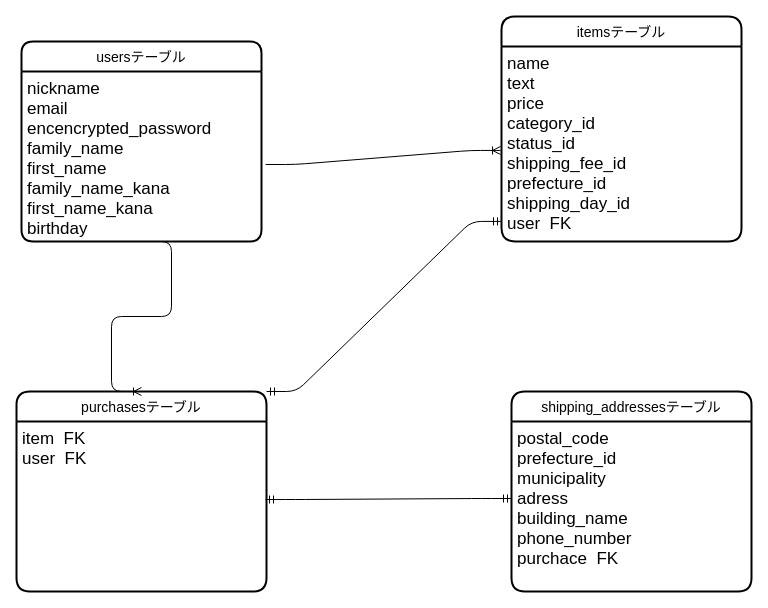
Earlier version of the draw.io diagram .dio (kakeru-takakusaki/furima-34512). Source tidied: cells renumbered, new cells numbered last; positions are measured from the earlier drawing's top-left corner, leaving out a move shared by most shapes. Both pictures are drawn from the tidied source at 100%, with x=0, y=0 at pixel (16, 16).
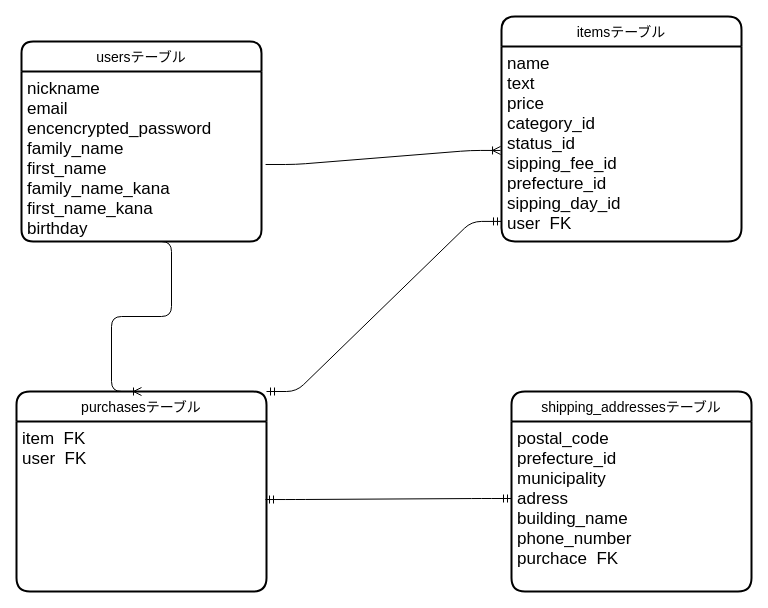
After the change.

Commit message:
ER図のスペル修正

The edit, as a diff of the source:
```diff
@@
 <mxGraphModel>
   <root>
     <mxCell id="0" />
     <mxCell id="1" parent="0" />
     <mxCell id="2" value="usersテーブル" style="swimlane;horizontal=1;startSize=30;rounded=1;fontSize=14;fontStyle=0;strokeWidth=2;shadow=0;dashed=0;align=center;arcSize=13;" parent="1" vertex="1">
       <mxGeometry x="5" y="25" width="240" height="200" as="geometry" />
     </mxCell>
     <mxCell id="3" value="nickname&#10;email&#10;encencrypted_password&#10;family_name&#10;first_name&#10;family_name_kana&#10;first_name_kana&#10;birthday" style="align=left;strokeColor=none;fillColor=none;spacingLeft=4;fontSize=17;verticalAlign=top;" parent="2" vertex="1">
       <mxGeometry y="30" width="240" height="170" as="geometry" />
     </mxCell>
     <mxCell id="4" value="itemsテーブル" style="swimlane;horizontal=1;startSize=30;rounded=1;fontSize=14;fontStyle=0;strokeWidth=2;shadow=0;dashed=0;align=center;" parent="1" vertex="1">
       <mxGeometry x="485" width="240" height="225" as="geometry" />
     </mxCell>
-    <mxCell id="5" value="name&#10;text&#10;price&#10;category_id&#10;status_id&#10;shipping_fee_id&#10;prefecture_id&#10;shipping_day_id&#10;user  FK" style="align=left;strokeColor=none;fillColor=none;spacingLeft=4;fontSize=17;verticalAlign=top;" parent="4" vertex="1">
+    <mxCell id="5" value="name&#10;text&#10;price&#10;category_id&#10;status_id&#10;sipping_fee_id&#10;prefecture_id&#10;sipping_day_id&#10;user  FK" style="align=left;strokeColor=none;fillColor=none;spacingLeft=4;fontSize=17;verticalAlign=top;" parent="4" vertex="1">
       <mxGeometry y="30" width="240" height="195" as="geometry" />
     </mxCell>
     <mxCell id="6" value="shipping_addressesテーブル" style="swimlane;horizontal=1;startSize=30;rounded=1;fontSize=14;fontStyle=0;strokeWidth=2;shadow=0;dashed=0;align=center;" parent="1" vertex="1">
       <mxGeometry x="495" y="375" width="240" height="200" as="geometry" />
     </mxCell>
     <mxCell id="7" value="postal_code&#10;prefecture_id&#10;municipality&#10;adress&#10;building_name&#10;phone_number&#10;purchace  FK" style="align=left;strokeColor=none;fillColor=none;spacingLeft=4;fontSize=17;verticalAlign=top;" parent="6" vertex="1">
       <mxGeometry y="30" width="240" height="170" as="geometry" />
     </mxCell>
     <mxCell id="8" value="purchasesテーブル" style="swimlane;horizontal=1;startSize=30;rounded=1;fontSize=14;fontStyle=0;strokeWidth=2;shadow=0;dashed=0;align=center;" parent="1" vertex="1">
       <mxGeometry y="375" width="250" height="200" as="geometry" />
     </mxCell>
     <mxCell id="9" value="item  FK&#10;user  FK" style="align=left;strokeColor=none;fillColor=none;spacingLeft=4;fontSize=17;verticalAlign=top;" parent="8" vertex="1">
       <mxGeometry y="30" width="250" height="170" as="geometry" />
     </mxCell>
     <mxCell id="10" style="edgeStyle=entityRelationEdgeStyle;fontSize=17;html=1;endArrow=ERoneToMany;exitX=1.017;exitY=0.547;exitDx=0;exitDy=0;exitPerimeter=0;entryX=-0.004;entryY=0.533;entryDx=0;entryDy=0;entryPerimeter=0;" parent="1" edge="1" source="3" target="5">
       <mxGeometry relative="1" as="geometry" />
     </mxCell>
     <mxCell id="11" style="edgeStyle=entityRelationEdgeStyle;fontSize=12;html=1;endArrow=ERoneToMany;exitX=0.5;exitY=1;exitDx=0;exitDy=0;entryX=0.5;entryY=0;entryDx=0;entryDy=0;" parent="1" edge="1" source="3" target="8">
       <mxGeometry relative="1" as="geometry" />
     </mxCell>
     <mxCell id="12" style="edgeStyle=entityRelationEdgeStyle;fontSize=12;html=1;endArrow=ERmandOne;startArrow=ERmandOne;exitX=1;exitY=0;exitDx=0;exitDy=0;entryX=0;entryY=0.897;entryDx=0;entryDy=0;entryPerimeter=0;" parent="1" edge="1" source="8" target="5">
       <mxGeometry relative="1" as="geometry" />
     </mxCell>
     <mxCell id="13" style="edgeStyle=entityRelationEdgeStyle;fontSize=12;html=1;endArrow=ERmandOne;startArrow=ERmandOne;exitX=0.996;exitY=0.459;exitDx=0;exitDy=0;exitPerimeter=0;" parent="1" edge="1" source="9">
       <mxGeometry relative="1" as="geometry">
         <mxPoint x="495" y="482" as="targetPoint" />
       </mxGeometry>
     </mxCell>
   </root>
 </mxGraphModel>
```
